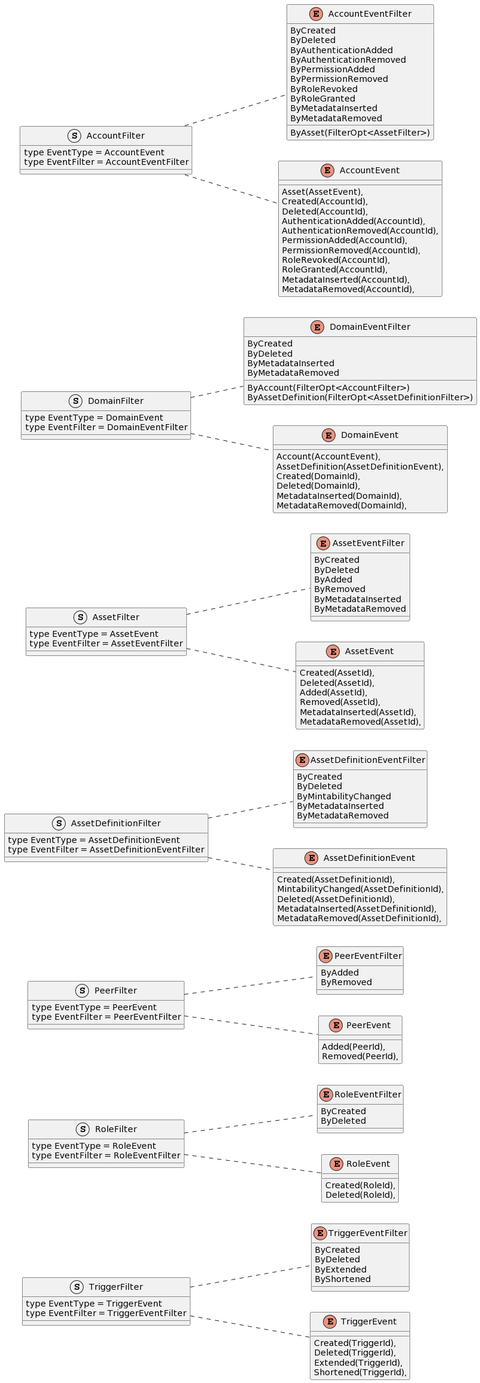
hyperledger/iroha-2-docs keeps this PlantUML diagram as src/img/entity_filters.png. Above is the earlier version. Its diagram source:
```plantuml
@startuml
left to right direction

struct TriggerFilter {
    type EventType = TriggerEvent
    type EventFilter = TriggerEventFilter
}

enum TriggerEventFilter {
    ByCreated
    ByDeleted
    ByExtended
    ByShortened
}

enum TriggerEvent {
    Created(TriggerId),
    Deleted(TriggerId),
    Extended(TriggerId),
    Shortened(TriggerId),
}

TriggerFilter .. TriggerEvent
TriggerFilter .. TriggerEventFilter


struct RoleFilter {
    type EventType = RoleEvent
    type EventFilter = RoleEventFilter
}

enum RoleEventFilter {
    ByCreated
    ByDeleted
}

enum RoleEvent {
    Created(RoleId),
    Deleted(RoleId),
}

RoleFilter .. RoleEvent
RoleFilter .. RoleEventFilter


struct PeerFilter {
    type EventType = PeerEvent
    type EventFilter = PeerEventFilter
}

enum PeerEventFilter {
    ByAdded
    ByRemoved
}

enum PeerEvent {
    Added(PeerId),
    Removed(PeerId),
}

PeerFilter .. PeerEvent
PeerFilter .. PeerEventFilter




struct AssetDefinitionFilter {
    type EventType = AssetDefinitionEvent
    type EventFilter = AssetDefinitionEventFilter
}

enum AssetDefinitionEventFilter {
    ByCreated
    ByDeleted
    ByMintabilityChanged
    ByMetadataInserted
    ByMetadataRemoved
}

enum AssetDefinitionEvent {
    Created(AssetDefinitionId),
    MintabilityChanged(AssetDefinitionId),
    Deleted(AssetDefinitionId),
    MetadataInserted(AssetDefinitionId),
    MetadataRemoved(AssetDefinitionId),
}

AssetDefinitionFilter .. AssetDefinitionEvent
AssetDefinitionFilter .. AssetDefinitionEventFilter



struct AssetFilter {
    type EventType = AssetEvent
    type EventFilter = AssetEventFilter
}

enum AssetEventFilter {
    ByCreated
    ByDeleted
    ByAdded
    ByRemoved
    ByMetadataInserted
    ByMetadataRemoved
}

enum AssetEvent {
    Created(AssetId),
    Deleted(AssetId),
    Added(AssetId),
    Removed(AssetId),
    MetadataInserted(AssetId),
    MetadataRemoved(AssetId),
}

AssetFilter .. AssetEvent
AssetFilter .. AssetEventFilter



struct DomainFilter {
    type EventType = DomainEvent
    type EventFilter = DomainEventFilter
}

enum DomainEventFilter {
    ByAccount(FilterOpt<AccountFilter>)
    ByAssetDefinition(FilterOpt<AssetDefinitionFilter>)
    ByCreated
    ByDeleted
    ByMetadataInserted
    ByMetadataRemoved
}

enum DomainEvent {
    Account(AccountEvent),
    AssetDefinition(AssetDefinitionEvent),
    Created(DomainId),
    Deleted(DomainId),
    MetadataInserted(DomainId),
    MetadataRemoved(DomainId),
}

DomainFilter .. DomainEvent
DomainFilter .. DomainEventFilter


struct AccountFilter {
    type EventType = AccountEvent
    type EventFilter = AccountEventFilter
}

enum AccountEventFilter {
    ByAsset(FilterOpt<AssetFilter>)
    ByCreated
    ByDeleted
    ByAuthenticationAdded
    ByAuthenticationRemoved
    ByPermissionAdded
    ByPermissionRemoved
    ByRoleRevoked
    ByRoleGranted
    ByMetadataInserted
    ByMetadataRemoved
}

enum AccountEvent {
    Asset(AssetEvent),
    Created(AccountId),
    Deleted(AccountId),
    AuthenticationAdded(AccountId),
    AuthenticationRemoved(AccountId),
    PermissionAdded(AccountId),
    PermissionRemoved(AccountId),
    RoleRevoked(AccountId),
    RoleGranted(AccountId),
    MetadataInserted(AccountId),
    MetadataRemoved(AccountId),
}

AccountFilter .. AccountEvent
AccountFilter .. AccountEventFilter
@enduml
```
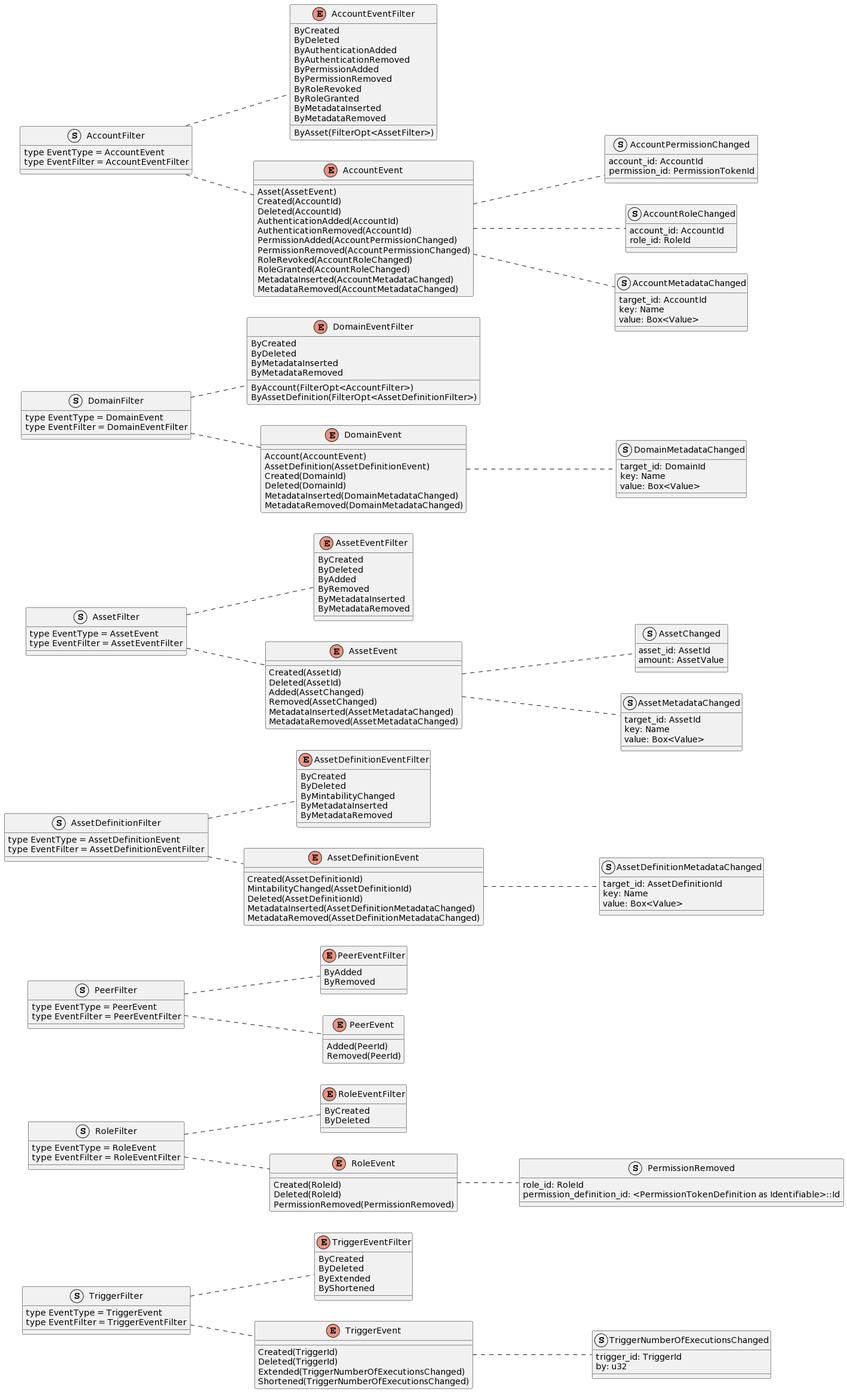
Above is the later version.

What changed in the source:
```diff
@@ -14,13 +14,19 @@
 }
 
 enum TriggerEvent {
-    Created(TriggerId),
-    Deleted(TriggerId),
-    Extended(TriggerId),
-    Shortened(TriggerId),
+    Created(TriggerId)
+    Deleted(TriggerId)
+    Extended(TriggerNumberOfExecutionsChanged)
+    Shortened(TriggerNumberOfExecutionsChanged)
+}
+
+struct TriggerNumberOfExecutionsChanged {
+    trigger_id: TriggerId
+    by: u32
 }
 
 TriggerFilter .. TriggerEvent
+TriggerEvent .. TriggerNumberOfExecutionsChanged
 TriggerFilter .. TriggerEventFilter
 
 
@@ -35,11 +41,18 @@
 }
 
 enum RoleEvent {
-    Created(RoleId),
-    Deleted(RoleId),
+    Created(RoleId)
+    Deleted(RoleId)
+    PermissionRemoved(PermissionRemoved)
+}
+
+struct PermissionRemoved {
+    role_id: RoleId
+    permission_definition_id: <PermissionTokenDefinition as Identifiable>::Id
 }
 
 RoleFilter .. RoleEvent
+RoleEvent .. PermissionRemoved
 RoleFilter .. RoleEventFilter
 
 
@@ -54,8 +67,8 @@
 }
 
 enum PeerEvent {
-    Added(PeerId),
-    Removed(PeerId),
+    Added(PeerId)
+    Removed(PeerId)
 }
 
 PeerFilter .. PeerEvent
@@ -78,14 +91,21 @@
 }
 
 enum AssetDefinitionEvent {
-    Created(AssetDefinitionId),
-    MintabilityChanged(AssetDefinitionId),
-    Deleted(AssetDefinitionId),
-    MetadataInserted(AssetDefinitionId),
-    MetadataRemoved(AssetDefinitionId),
+    Created(AssetDefinitionId)
+    MintabilityChanged(AssetDefinitionId)
+    Deleted(AssetDefinitionId)
+    MetadataInserted(AssetDefinitionMetadataChanged)
+    MetadataRemoved(AssetDefinitionMetadataChanged)
+}
+
+struct AssetDefinitionMetadataChanged {
+    target_id: AssetDefinitionId
+    key: Name
+    value: Box<Value>
 }
 
 AssetDefinitionFilter .. AssetDefinitionEvent
+AssetDefinitionEvent .. AssetDefinitionMetadataChanged
 AssetDefinitionFilter .. AssetDefinitionEventFilter
 
 
@@ -105,15 +125,28 @@
 }
 
 enum AssetEvent {
-    Created(AssetId),
-    Deleted(AssetId),
-    Added(AssetId),
-    Removed(AssetId),
-    MetadataInserted(AssetId),
-    MetadataRemoved(AssetId),
+    Created(AssetId)
+    Deleted(AssetId)
+    Added(AssetChanged)
+    Removed(AssetChanged)
+    MetadataInserted(AssetMetadataChanged)
+    MetadataRemoved(AssetMetadataChanged)
+}
+
+struct AssetChanged {
+    asset_id: AssetId
+    amount: AssetValue
+}
+
+struct AssetMetadataChanged {
+    target_id: AssetId
+    key: Name
+    value: Box<Value>
 }
 
 AssetFilter .. AssetEvent
+AssetEvent .. AssetChanged
+AssetEvent .. AssetMetadataChanged
 AssetFilter .. AssetEventFilter
 
 
@@ -133,15 +166,22 @@
 }
 
 enum DomainEvent {
-    Account(AccountEvent),
-    AssetDefinition(AssetDefinitionEvent),
-    Created(DomainId),
-    Deleted(DomainId),
-    MetadataInserted(DomainId),
-    MetadataRemoved(DomainId),
+    Account(AccountEvent)
+    AssetDefinition(AssetDefinitionEvent)
+    Created(DomainId)
+    Deleted(DomainId)
+    MetadataInserted(DomainMetadataChanged)
+    MetadataRemoved(DomainMetadataChanged)
+}
+
+struct DomainMetadataChanged {
+    target_id: DomainId
+    key: Name
+    value: Box<Value>
 }
 
 DomainFilter .. DomainEvent
+DomainEvent .. DomainMetadataChanged
 DomainFilter .. DomainEventFilter
 
 
@@ -165,19 +205,38 @@
 }
 
 enum AccountEvent {
-    Asset(AssetEvent),
-    Created(AccountId),
-    Deleted(AccountId),
-    AuthenticationAdded(AccountId),
-    AuthenticationRemoved(AccountId),
-    PermissionAdded(AccountId),
-    PermissionRemoved(AccountId),
-    RoleRevoked(AccountId),
-    RoleGranted(AccountId),
-    MetadataInserted(AccountId),
-    MetadataRemoved(AccountId),
+    Asset(AssetEvent)
+    Created(AccountId)
+    Deleted(AccountId)
+    AuthenticationAdded(AccountId)
+    AuthenticationRemoved(AccountId)
+    PermissionAdded(AccountPermissionChanged)
+    PermissionRemoved(AccountPermissionChanged)
+    RoleRevoked(AccountRoleChanged)
+    RoleGranted(AccountRoleChanged)
+    MetadataInserted(AccountMetadataChanged)
+    MetadataRemoved(AccountMetadataChanged)
+}
+
+struct AccountPermissionChanged {
+    account_id: AccountId
+    permission_id: PermissionTokenId
+}
+
+struct AccountRoleChanged {
+    account_id: AccountId
+    role_id: RoleId
+}
+
+struct AccountMetadataChanged {
+    target_id: AccountId
+    key: Name
+    value: Box<Value>
 }
 
 AccountFilter .. AccountEvent
+AccountEvent .. AccountPermissionChanged
+AccountEvent .. AccountRoleChanged
+AccountEvent .. AccountMetadataChanged
 AccountFilter .. AccountEventFilter
 @enduml
```
